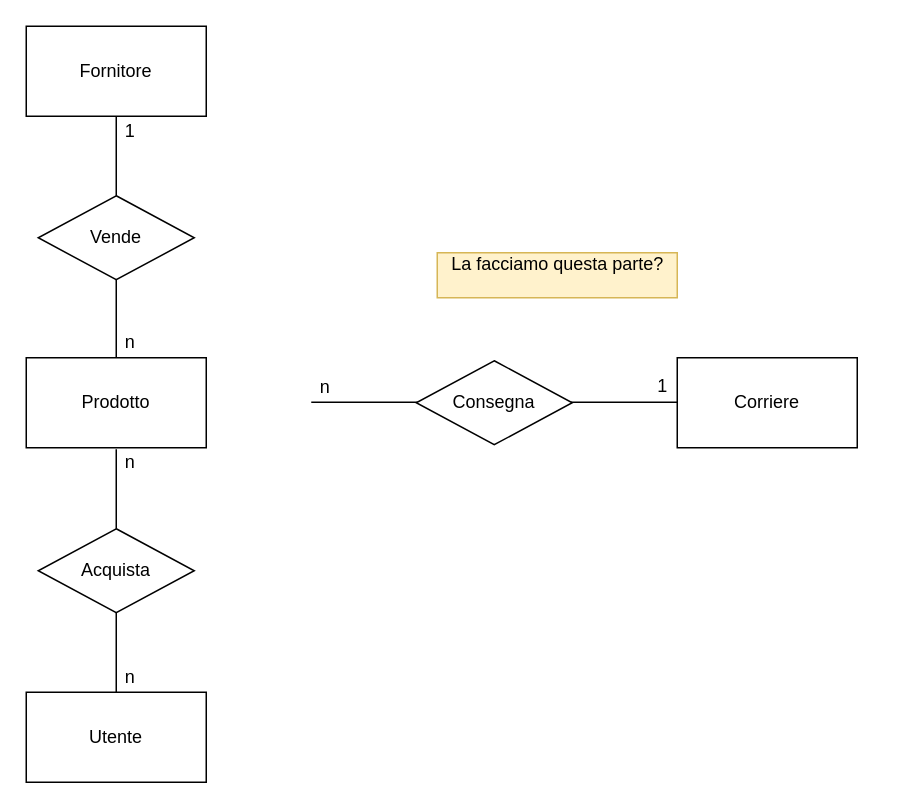
LucaAnto01/AP_WebShop keeps this draw.io diagram as direttive/DiagrammaER.drawio. Above is the earlier version. Source tidied: cells renumbered, new cells numbered last; positions are measured from the earlier drawing's top-left corner, leaving out a move shared by most shapes. Both pictures are drawn from the tidied source at 150%, with x=0, y=0 at pixel (26, 26).
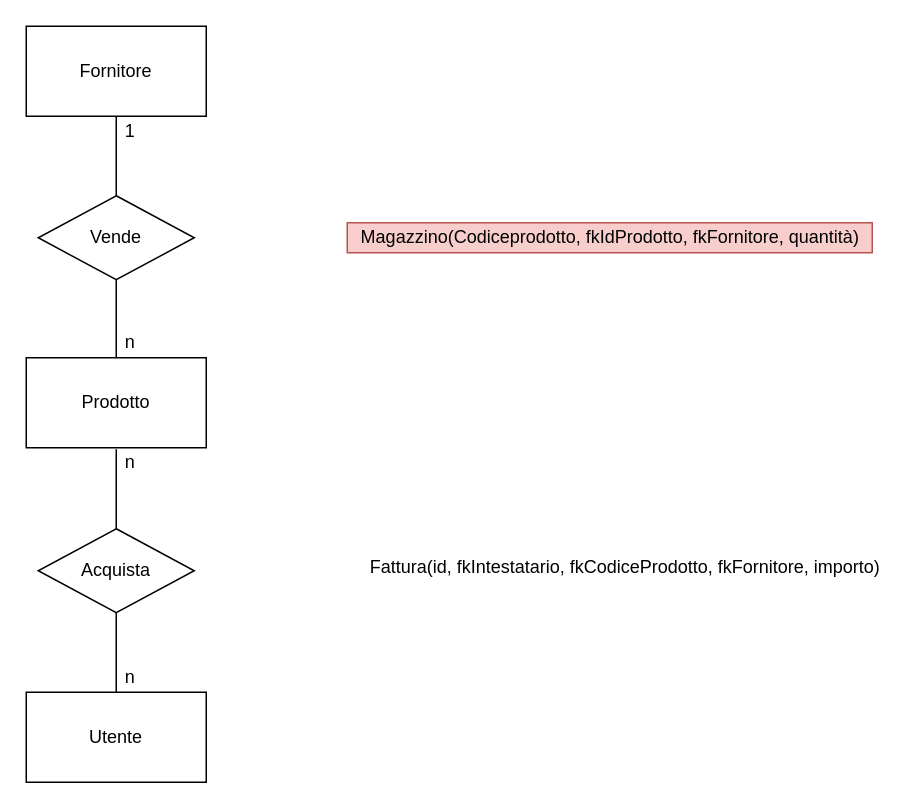
After the change.

Commit message:
Modifica diagramma ER

The edit, as a diff of the source:
```diff
@@
-    <mxCell id="15" style="endArrow=none;html=1;rounded=0;" parent="1" edge="1">
-      <mxGeometry relative="1" as="geometry">
-        <mxPoint x="261" y="250.6" as="sourcePoint" />
-        <mxPoint x="190" y="250.6" as="targetPoint" />
-      </mxGeometry>
-    </mxCell>
-    <mxCell id="16" value="Consegna" style="rhombus;whiteSpace=wrap;html=1;" parent="1" vertex="1">
-      <mxGeometry x="260" y="223" width="104" height="56" as="geometry" />
-    </mxCell>
-    <mxCell id="17" value="Corriere" style="rounded=0;whiteSpace=wrap;html=1;" parent="1" vertex="1">
-      <mxGeometry x="434" y="221" width="120" height="60" as="geometry" />
-    </mxCell>
-    <mxCell id="18" style="endArrow=none;html=1;rounded=0;" parent="1" edge="1">
-      <mxGeometry relative="1" as="geometry">
-        <mxPoint x="434" y="250.6" as="sourcePoint" />
-        <mxPoint x="363" y="250.6" as="targetPoint" />
-      </mxGeometry>
-    </mxCell>
-    <mxCell id="19" value="1" style="text;html=1;align=center;verticalAlign=middle;strokeColor=none;fillColor=none;" parent="1" vertex="1">
-      <mxGeometry x="414" y="230" width="20" height="20" as="geometry" />
-    </mxCell>
-    <mxCell id="20" value="n" style="text;html=1;align=center;verticalAlign=middle;strokeColor=none;fillColor=none;" parent="1" vertex="1">
-      <mxGeometry x="189" y="231" width="20" height="20" as="geometry" />
-    </mxCell>
-    <mxCell id="21" value="&lt;div&gt;La facciamo questa parte?&lt;/div&gt;&lt;div&gt;&lt;br&gt;&lt;/div&gt;" style="text;html=1;align=center;verticalAlign=middle;strokeColor=#d6b656;fillColor=#fff2cc;" parent="1" vertex="1">
-      <mxGeometry x="274" y="151" width="160" height="30" as="geometry" />
-    </mxCell>
+    <mxCell id="22" value="Fattura(id, fkIntestatario, fkCodiceProdotto, fkFornitore, importo)" style="text;html=1;align=center;verticalAlign=middle;strokeColor=none;fillColor=none;" parent="1" vertex="1">
+      <mxGeometry x="219" y="351" width="360" height="20" as="geometry" />
+    </mxCell>
+    <mxCell id="23" value="Magazzino(Codiceprodotto, fkIdProdotto, fkFornitore, quantità)" style="text;html=1;align=center;verticalAlign=middle;strokeColor=#b85450;fillColor=#f8cecc;" parent="1" vertex="1">
+      <mxGeometry x="214" y="131" width="350" height="20" as="geometry" />
+    </mxCell>
```
